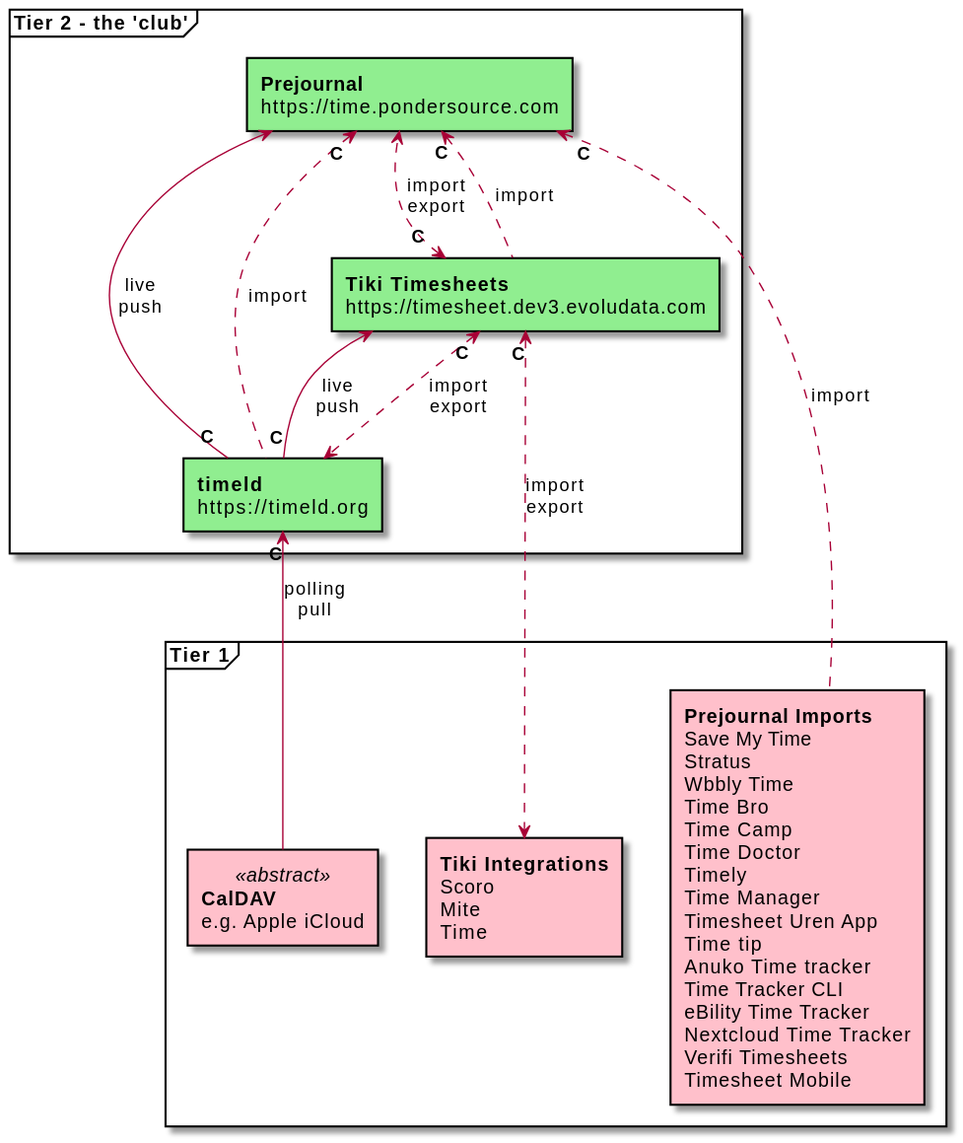
Before: architecture/img/timesheets-federation.svg, a diagram exported from PlantUML (federatedbookkeeping/timesheets).
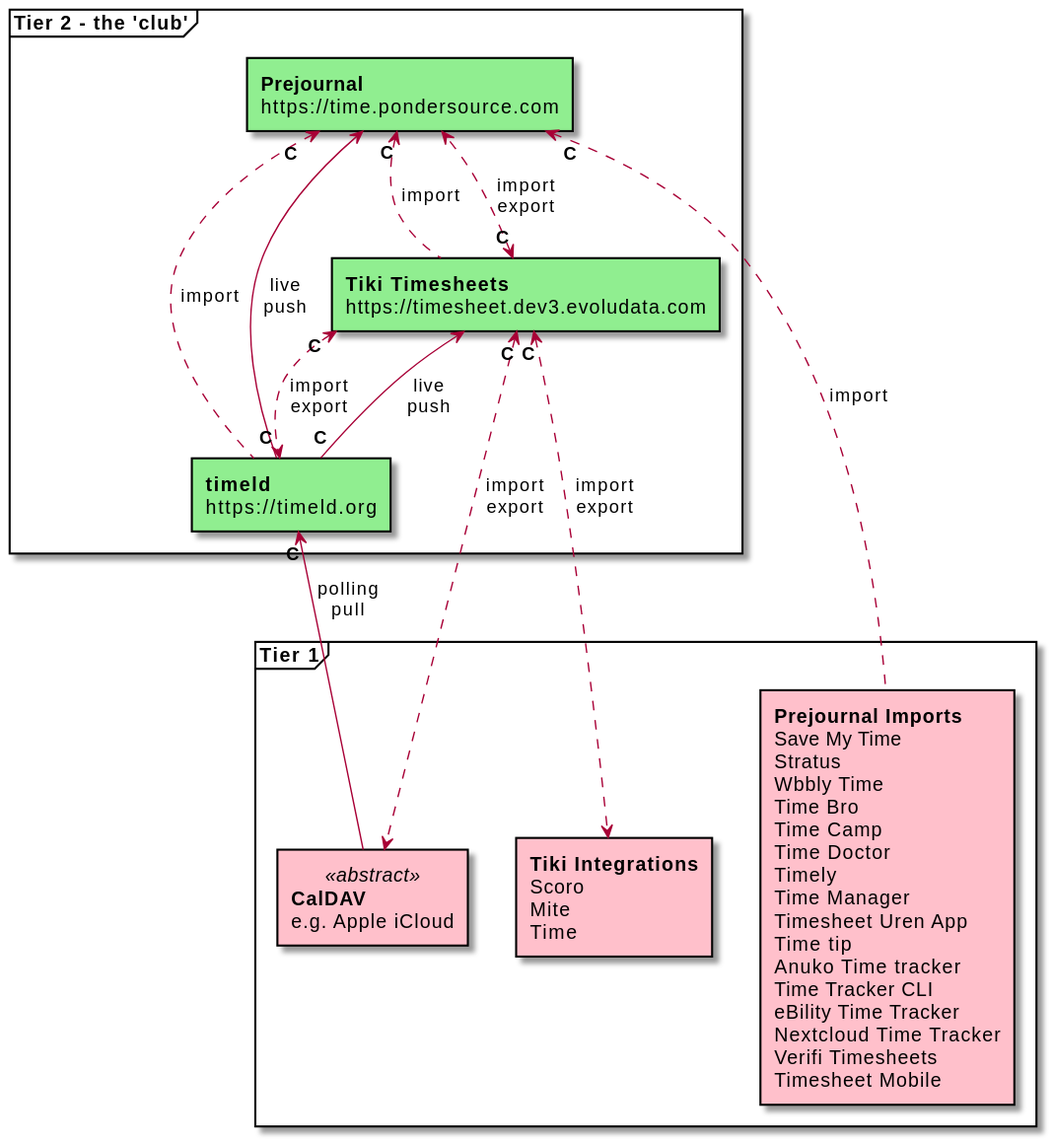
After the commit.

Commit message:
Added Tiki CalDAV import/export

The edit, as a diff of the source:
```diff
@@ -66,5 +66,6 @@
 pj "**C**" <.. pjImports: import
 
 tt "**C**" <..> ttImports: import\nexport
+tt "**C**" <..> CalDAV: import\nexport
 
 @enduml
```
